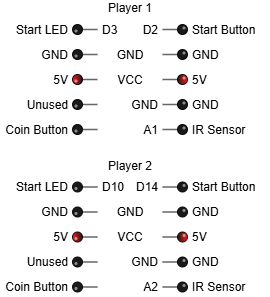
mickkn/IRCoinSlot keeps this draw.io diagram as img/header.drawio.png. Above is the earlier version. Source tidied: cells renumbered, new cells last; positions are measured from the earlier drawing's top-left corner, leaving out a move shared by most shapes.
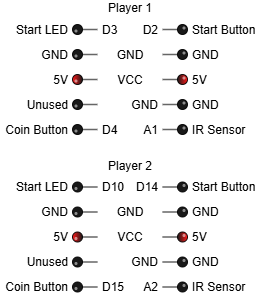
The same file after the commit.

Diff of the diagram source:
```diff
@@ -164,5 +164,11 @@
     <mxCell id="55" value="D10" style="text;html=1;whiteSpace=wrap;strokeColor=none;fillColor=none;align=left;verticalAlign=middle;rounded=0;" parent="1" vertex="1">
       <mxGeometry x="100" y="179.2" width="20" height="17.5" as="geometry" />
     </mxCell>
+    <mxCell id="56" value="D4" style="text;html=1;whiteSpace=wrap;strokeColor=none;fillColor=none;align=left;verticalAlign=middle;rounded=0;" parent="1" vertex="1">
+      <mxGeometry x="100" y="121.8" width="20" height="17.5" as="geometry" />
+    </mxCell>
+    <mxCell id="57" value="D15" style="text;html=1;whiteSpace=wrap;strokeColor=none;fillColor=none;align=left;verticalAlign=middle;rounded=0;" parent="1" vertex="1">
+      <mxGeometry x="100" y="279" width="20" height="17.5" as="geometry" />
+    </mxCell>
   </root>
 </mxGraphModel>
```
